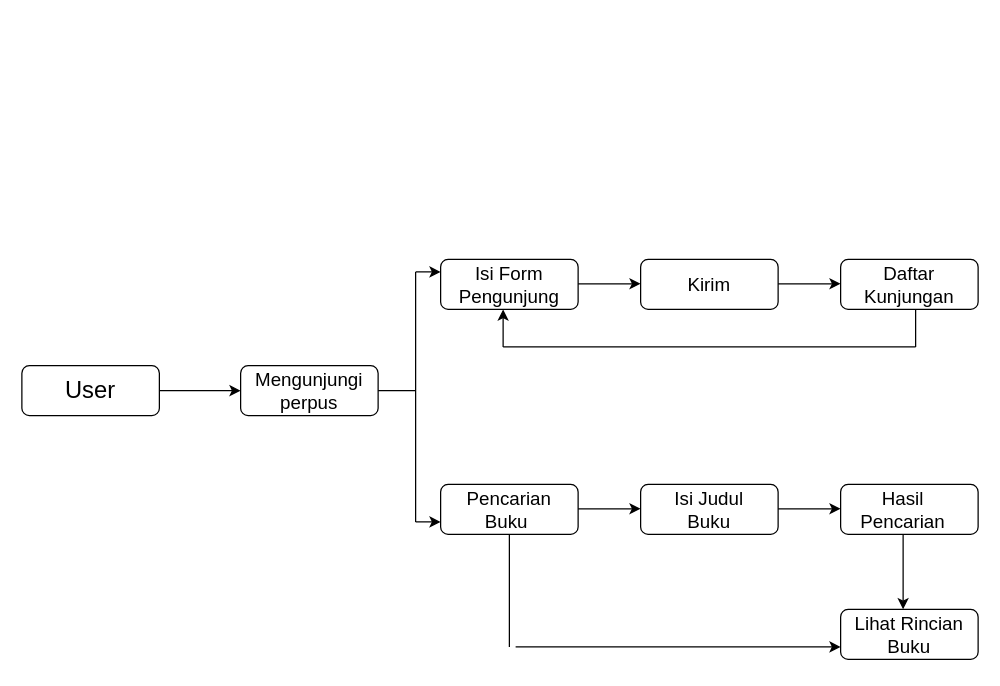
This is alur-perpus-digital.drawio from Irgicahya/Perpustakaan-digital-, a draw.io file, before an edit. Source tidied: cells renumbered, new cells numbered last; positions are measured from the earlier drawing's top-left corner, leaving out a move shared by most shapes. Both pictures are drawn from the tidied source at 125%, with x=0, y=0 at pixel (21, 259).
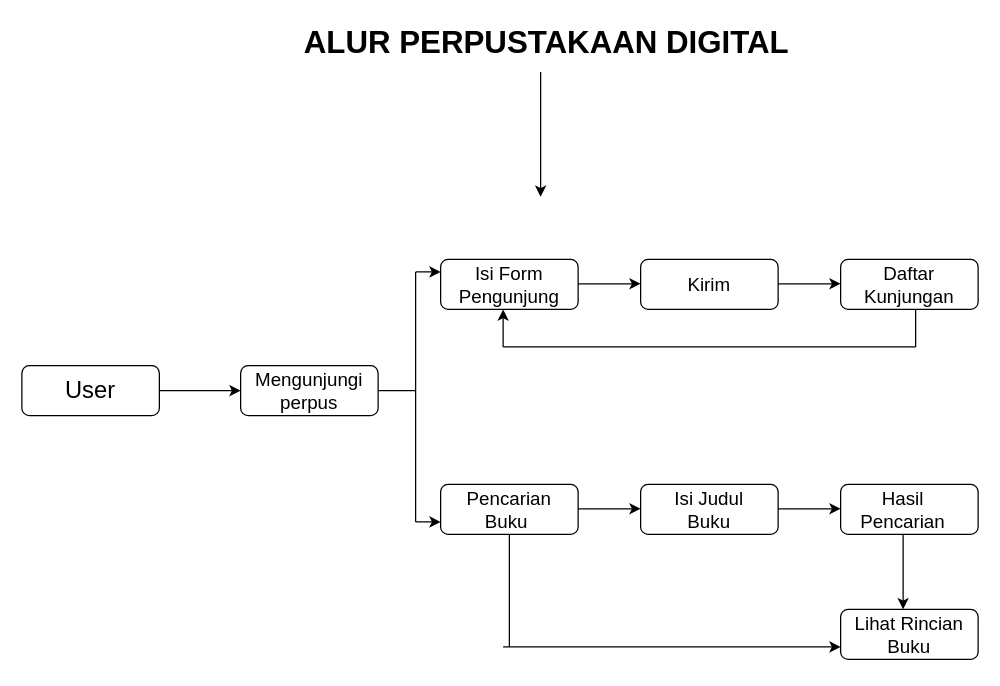
Above is the later version.

Unchanged cells that the change refers to:
```xml
<mxCell id="18" style="rounded=1;whiteSpace=wrap;html=1;" parent="1" vertex="1">
  <mxGeometry x="655" y="280" width="110" height="40" as="geometry" />
</mxCell>
```

What changed in the source:
```diff
@@
-    <mxCell id="34" style="endArrow=classic;html=1;rounded=0;entryX=0;entryY=0.75;entryDx=0;entryDy=0;" parent="1" edge="1" target="18">
-      <mxGeometry relative="1" as="geometry">
-        <mxPoint x="395" y="310" as="sourcePoint" />
-      </mxGeometry>
-    </mxCell>
+    <mxCell id="35" value="&lt;font size=&quot;1&quot; style=&quot;&quot;&gt;&lt;b style=&quot;font-size: 25px;&quot;&gt;ALUR PERPUSTAKAAN DIGITAL&lt;/b&gt;&lt;/font&gt;" style="text;html=1;strokeColor=none;fillColor=none;align=center;verticalAlign=middle;whiteSpace=wrap;rounded=0;" parent="1" vertex="1">
+      <mxGeometry x="210" y="-190" width="420" height="30" as="geometry" />
+    </mxCell>
+    <mxCell id="36" style="endArrow=classic;html=1;rounded=0;" parent="1" edge="1">
+      <mxGeometry relative="1" as="geometry">
+        <mxPoint x="415" y="-150" as="sourcePoint" />
+        <mxPoint x="415" y="-50" as="targetPoint" />
+      </mxGeometry>
+    </mxCell>
+    <mxCell id="37" style="endArrow=classic;html=1;rounded=0;entryX=0;entryY=0.75;entryDx=0;entryDy=0;" parent="1" edge="1" target="18">
+      <mxGeometry relative="1" as="geometry">
+        <mxPoint x="385" y="310" as="sourcePoint" />
+      </mxGeometry>
+    </mxCell>
```
